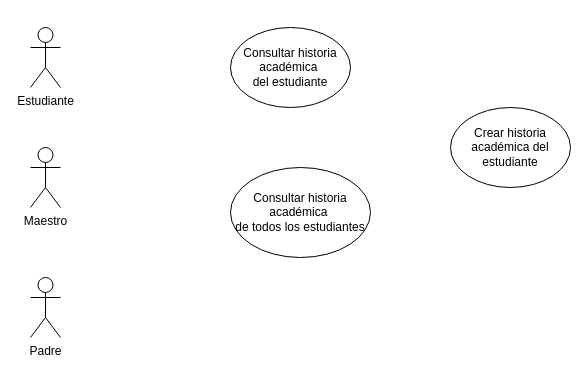
This is Diagramas LAB UML/Casos_de_Uso.drawio from JOvalleG/Plantastik, a draw.io file, before an edit. Source tidied: cells renumbered, new cells numbered last; positions are measured from the earlier drawing's top-left corner, leaving out a move shared by most shapes. Both pictures are drawn from the tidied source at 100%, with x=0, y=0 at pixel (30, 27).
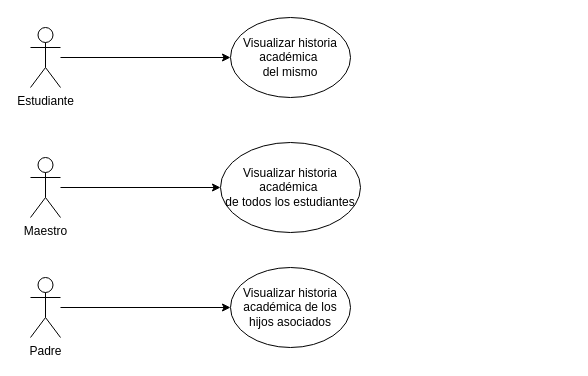
The same page after the edit.

Change to the diagram source:
```diff
@@
 <mxGraphModel>
   <root>
     <mxCell id="0" />
     <mxCell id="1" parent="0" />
+    <mxCell id="8" style="edgeStyle=orthogonalEdgeStyle;rounded=0;jettySize=auto;html=1;" parent="1" edge="1" source="2" target="5">
+      <mxGeometry relative="1" as="geometry" />
+    </mxCell>
     <mxCell id="2" value="Estudiante" style="shape=umlActor;verticalLabelPosition=bottom;verticalAlign=top;html=1;outlineConnect=0;" parent="1" vertex="1">
       <mxGeometry width="30" height="60" as="geometry" />
     </mxCell>
+    <mxCell id="9" style="edgeStyle=orthogonalEdgeStyle;rounded=0;jettySize=auto;html=1;" parent="1" edge="1" source="3" target="6">
+      <mxGeometry relative="1" as="geometry" />
+    </mxCell>
     <mxCell id="3" value="Maestro" style="shape=umlActor;verticalLabelPosition=bottom;verticalAlign=top;html=1;outlineConnect=0;" parent="1" vertex="1">
-      <mxGeometry y="120" width="30" height="60" as="geometry" />
+      <mxGeometry y="130" width="30" height="60" as="geometry" />
     </mxCell>
+    <mxCell id="10" style="edgeStyle=orthogonalEdgeStyle;rounded=0;jettySize=auto;html=1;" parent="1" edge="1" source="4" target="11">
+      <mxGeometry relative="1" as="geometry" />
+    </mxCell>
     <mxCell id="4" value="Padre" style="shape=umlActor;verticalLabelPosition=bottom;verticalAlign=top;html=1;outlineConnect=0;" parent="1" vertex="1">
       <mxGeometry y="250" width="30" height="60" as="geometry" />
     </mxCell>
-    <mxCell id="5" value="Consultar historia académica&amp;nbsp;&lt;br&gt;del estudiante" style="ellipse;whiteSpace=wrap;html=1;" parent="1" vertex="1">
-      <mxGeometry x="200" width="120" height="80" as="geometry" />
+    <mxCell id="5" value="Visualizar historia académica&amp;nbsp;&lt;br&gt;del mismo" style="ellipse;whiteSpace=wrap;html=1;" parent="1" vertex="1">
+      <mxGeometry x="200" y="-10" width="120" height="80" as="geometry" />
     </mxCell>
-    <mxCell id="6" value="Consultar historia académica&amp;nbsp;&lt;br&gt;de todos los estudiantes" style="ellipse;whiteSpace=wrap;html=1;" parent="1" vertex="1">
-      <mxGeometry x="200" y="140" width="140" height="90" as="geometry" />
+    <mxCell id="6" value="Visualizar historia académica&amp;nbsp;&lt;br&gt;de todos los estudiantes" style="ellipse;whiteSpace=wrap;html=1;" parent="1" vertex="1">
+      <mxGeometry x="190" y="115" width="140" height="90" as="geometry" />
     </mxCell>
-    <mxCell id="7" value="Crear historia académica del estudiante" style="ellipse;whiteSpace=wrap;html=1;" parent="1" vertex="1">
-      <mxGeometry x="420" y="80" width="120" height="80" as="geometry" />
-    </mxCell>
+    <mxCell id="11" value="Visualizar historia académica de los hijos asociados" style="ellipse;whiteSpace=wrap;html=1;" parent="1" vertex="1">
+      <mxGeometry x="200" y="240" width="120" height="80" as="geometry" />
+    </mxCell>
   </root>
 </mxGraphModel>
```
